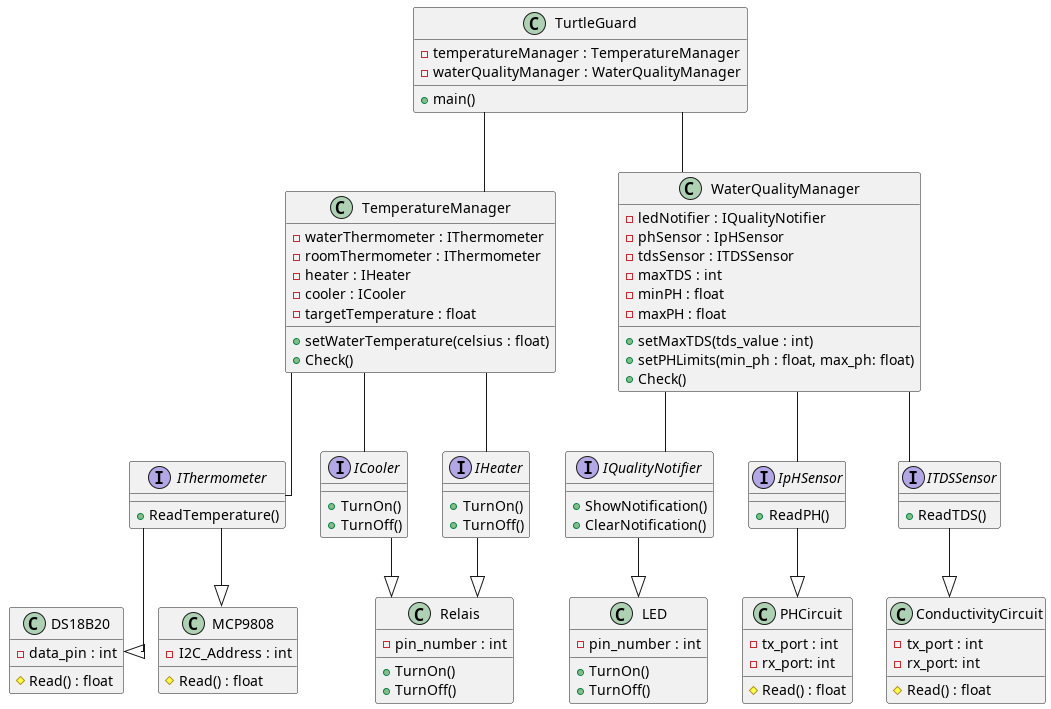
Vvamp/ATP2324 keeps this PlantUML diagram as Testplan/Images/classdiagram.png. Above is the earlier version.
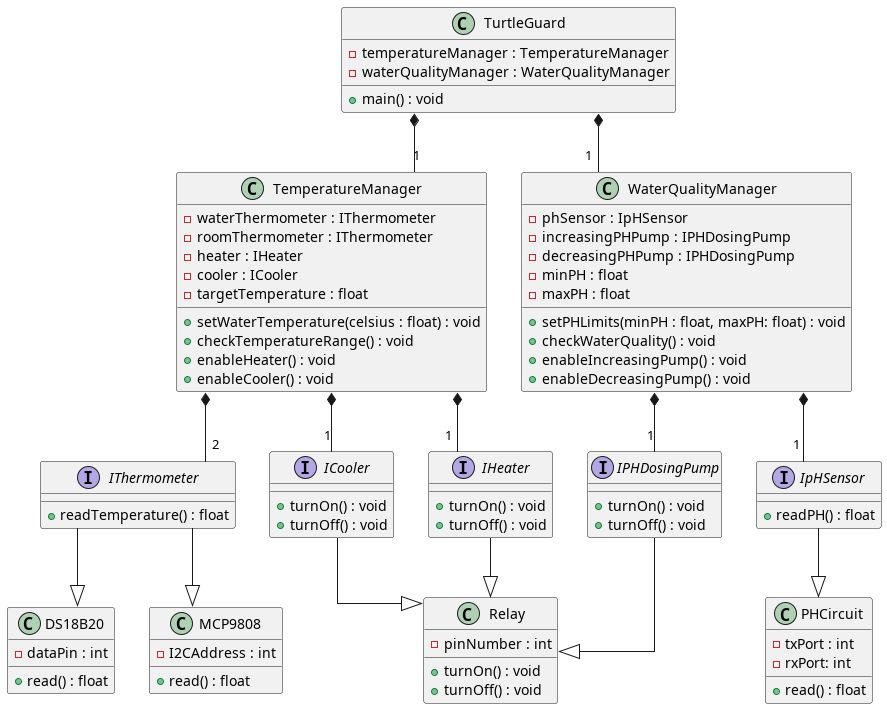
After the change.

The edit, as a diff of the source:
```diff
@@ -1,36 +1,33 @@
-@startuml Hardware Sketch
+@startuml ClassDiagram
 skinparam linetype ortho
 
 interface IThermometer{
-    + ReadTemperature()
-}
-
-interface IQualityNotifier{
-    + ShowNotification()
-    + ClearNotification()
+    + readTemperature() : float
 }
 
 interface ICooler{
-    + TurnOn()
-    + TurnOff()
+    + turnOn() : void
+    + turnOff() : void
 }
+
 interface IHeater{
-    + TurnOn()
-    + TurnOff()
+    + turnOn() : void
+    + turnOff() : void
 }
 
 interface IpHSensor{
-    + ReadPH()
+    + readPH() : float
 }
-interface ITDSSensor{
-    + ReadTDS()
+
+interface IPHDosingPump{
+    + turnOn() : void
+    + turnOff() : void
 }
 
 class TurtleGuard{
     - temperatureManager : TemperatureManager
     - waterQualityManager : WaterQualityManager
-    + main()
-
+    + main() : void
 }
 
 class TemperatureManager{
@@ -39,73 +36,60 @@
     - heater : IHeater
     - cooler : ICooler
     - targetTemperature : float
-    + setWaterTemperature(celsius : float)
-    + Check()
-
+    + setWaterTemperature(celsius : float) : void
+    + checkTemperatureRange() : void
+    + enableHeater() : void
+    + enableCooler() : void
 }
 
 class WaterQualityManager{
-    - ledNotifier : IQualityNotifier
     - phSensor : IpHSensor
-    - tdsSensor : ITDSSensor
-    - maxTDS : int
+    - increasingPHPump : IPHDosingPump
+    - decreasingPHPump : IPHDosingPump
     - minPH : float
     - maxPH : float
-    + setMaxTDS(tds_value : int)
-    + setPHLimits(min_ph : float, max_ph: float)
-    + Check()
+    + setPHLimits(minPH : float, maxPH: float) : void
+    + checkWaterQuality() : void
+    + enableIncreasingPump() : void
+    + enableDecreasingPump() : void
 }
 
 class DS18B20{
-    - data_pin : int
-    # Read() : float
+    - dataPin : int
+    + read() : float
 }
 
 class MCP9808{
-    - I2C_Address : int
-    # Read() : float
+    - I2CAddress : int
+    + read() : float
 }
 
 class PHCircuit{
-    - tx_port : int
-    - rx_port: int
-    # Read() : float
+    - txPort : int
+    - rxPort: int
+    + read() : float
 }
 
-class ConductivityCircuit{
-    - tx_port : int
-    - rx_port: int
-    # Read() : float
-}
-
-class LED{
-    - pin_number : int
-    + TurnOn()
-    + TurnOff()
-}
-
-class Relais{
-    - pin_number : int
-    + TurnOn()
-    + TurnOff()
+class Relay{
+    - pinNumber : int
+    + turnOn() : void
+    + turnOff() : void
 }
 
 IThermometer --|> DS18B20
 IThermometer --|> MCP9808
 IpHSensor --|> PHCircuit
-ITDSSensor --|> ConductivityCircuit
-IQualityNotifier --|> LED
-IHeater --|> Relais
-ICooler --|> Relais
+IHeater --|> Relay
+ICooler --|> Relay
+IPHDosingPump --|> Relay
 
-WaterQualityManager -- IpHSensor
-WaterQualityManager -- ITDSSensor
-WaterQualityManager -- IQualityNotifier
-TemperatureManager -- IThermometer
-TemperatureManager -- IHeater
-TemperatureManager -- ICooler
+WaterQualityManager *-- "1" IpHSensor
+WaterQualityManager *-- "1" IPHDosingPump
+TemperatureManager  *-- "2" IThermometer
+TemperatureManager *-- "1" IHeater
+TemperatureManager *-- "1" ICooler
 
-TurtleGuard -- WaterQualityManager
-TurtleGuard -- TemperatureManager
+TurtleGuard *-- "1" WaterQualityManager
+TurtleGuard *-- "1" TemperatureManager
 
 @enduml
```
